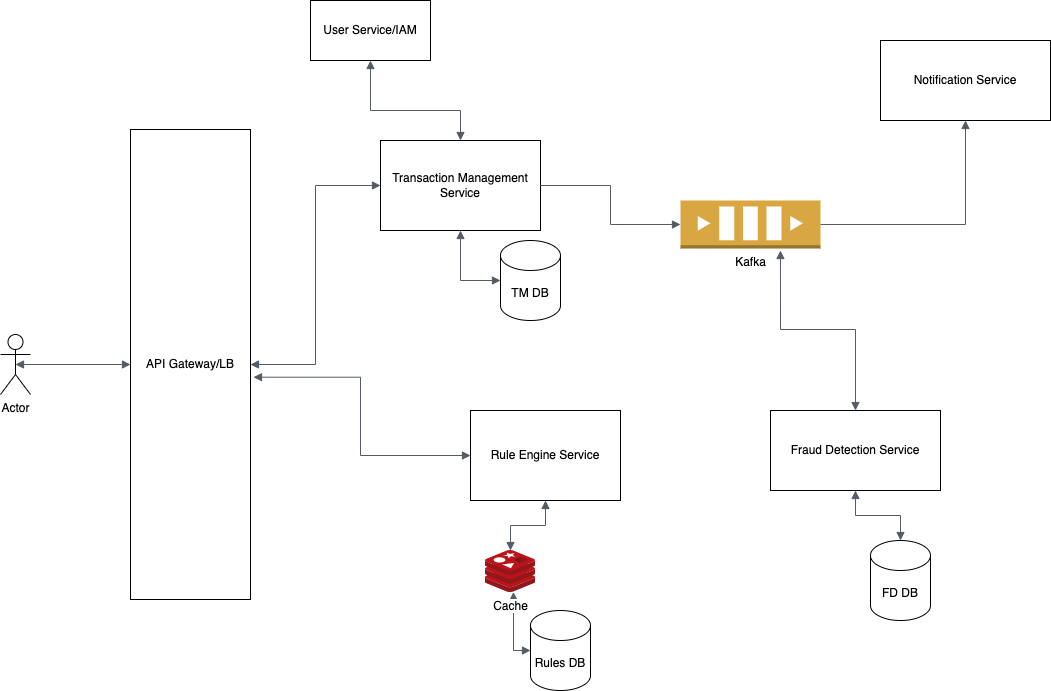
Before: fraud detection.drawio.png, a diagram exported from draw.io (maupreti/desgn-diagrams). Source tidied: cells renumbered, new cells last; positions are measured from the earlier drawing's top-left corner, leaving out a move shared by most shapes. Its diagram source:
```xml
<mxGraphModel>
  <root>
    <mxCell id="0" />
    <mxCell id="1" parent="0" />
    <mxCell id="2" value="User Service/IAM" style="rounded=0;whiteSpace=wrap;html=1;" parent="1" vertex="1">
      <mxGeometry x="310" width="120" height="60" as="geometry" />
    </mxCell>
    <mxCell id="3" value="API Gateway/LB" style="rounded=0;whiteSpace=wrap;html=1;" parent="1" vertex="1">
      <mxGeometry x="130" y="129" width="120" height="470" as="geometry" />
    </mxCell>
    <mxCell id="4" value="Actor" style="shape=umlActor;verticalLabelPosition=bottom;verticalAlign=top;html=1;outlineConnect=0;" parent="1" vertex="1">
      <mxGeometry y="334" width="30" height="60" as="geometry" />
    </mxCell>
    <mxCell id="5" style="edgeStyle=orthogonalEdgeStyle;html=1;endArrow=block;elbow=vertical;startArrow=block;startFill=1;endFill=1;strokeColor=#545B64;rounded=0;exitX=0.5;exitY=0.5;exitDx=0;exitDy=0;exitPerimeter=0;entryX=0;entryY=0.5;entryDx=0;entryDy=0;" parent="1" edge="1" source="4" target="3">
      <mxGeometry relative="1" as="geometry" />
    </mxCell>
    <mxCell id="6" value="Transaction Management Service" style="rounded=0;whiteSpace=wrap;html=1;" parent="1" vertex="1">
      <mxGeometry x="380" y="140" width="160" height="90" as="geometry" />
    </mxCell>
    <mxCell id="7" value="Notification Service" style="rounded=0;whiteSpace=wrap;html=1;" parent="1" vertex="1">
      <mxGeometry x="880" y="40" width="170" height="80" as="geometry" />
    </mxCell>
    <mxCell id="8" value="Rule Engine Service" style="rounded=0;whiteSpace=wrap;html=1;" parent="1" vertex="1">
      <mxGeometry x="470" y="410" width="150" height="90" as="geometry" />
    </mxCell>
    <mxCell id="9" value="TM DB" style="shape=cylinder3;whiteSpace=wrap;html=1;boundedLbl=1;backgroundOutline=1;size=15;" parent="1" vertex="1">
      <mxGeometry x="500" y="240" width="60" height="80" as="geometry" />
    </mxCell>
    <mxCell id="10" style="edgeStyle=orthogonalEdgeStyle;html=1;endArrow=block;elbow=vertical;startArrow=block;startFill=1;endFill=1;strokeColor=#545B64;rounded=0;entryX=0;entryY=0.5;entryDx=0;entryDy=0;entryPerimeter=0;exitX=0.5;exitY=1;exitDx=0;exitDy=0;" parent="1" edge="1" source="6" target="9">
      <mxGeometry relative="1" as="geometry" />
    </mxCell>
    <mxCell id="11" style="edgeStyle=orthogonalEdgeStyle;html=1;endArrow=block;elbow=vertical;startArrow=block;startFill=1;endFill=1;strokeColor=#545B64;rounded=0;exitX=0.5;exitY=1;exitDx=0;exitDy=0;" parent="1" edge="1" source="2" target="6">
      <mxGeometry relative="1" as="geometry">
        <Array as="points">
          <mxPoint x="370" y="110" />
          <mxPoint x="460" y="110" />
        </Array>
      </mxGeometry>
    </mxCell>
    <mxCell id="12" style="edgeStyle=orthogonalEdgeStyle;html=1;endArrow=block;elbow=vertical;startArrow=block;startFill=1;endFill=1;strokeColor=#545B64;rounded=0;exitX=1;exitY=0.5;exitDx=0;exitDy=0;entryX=0;entryY=0.5;entryDx=0;entryDy=0;" parent="1" edge="1" source="3" target="6">
      <mxGeometry relative="1" as="geometry" />
    </mxCell>
    <mxCell id="13" value="Rules DB" style="shape=cylinder3;whiteSpace=wrap;html=1;boundedLbl=1;backgroundOutline=1;size=15;" parent="1" vertex="1">
      <mxGeometry x="530" y="610" width="60" height="80" as="geometry" />
    </mxCell>
    <mxCell id="14" style="edgeStyle=orthogonalEdgeStyle;html=1;endArrow=block;elbow=vertical;startArrow=block;startFill=1;endFill=1;strokeColor=#545B64;rounded=0;entryX=0;entryY=0.5;entryDx=0;entryDy=0;entryPerimeter=0;exitX=0.56;exitY=0.988;exitDx=0;exitDy=0;exitPerimeter=0;" parent="1" edge="1" source="15" target="13">
      <mxGeometry relative="1" as="geometry" />
    </mxCell>
    <mxCell id="15" value="Cache" style="sketch=0;html=1;points=[];align=center;image;fontSize=12;image=img/lib/mscae/Cache_Redis_Product.svg;" parent="1" vertex="1">
      <mxGeometry x="485" y="550" width="50" height="42" as="geometry" />
    </mxCell>
    <mxCell id="16" style="edgeStyle=orthogonalEdgeStyle;html=1;endArrow=block;elbow=vertical;startArrow=block;startFill=1;endFill=1;strokeColor=#545B64;rounded=0;exitX=0.5;exitY=1;exitDx=0;exitDy=0;" parent="1" edge="1" source="8" target="15">
      <mxGeometry relative="1" as="geometry" />
    </mxCell>
    <mxCell id="17" style="edgeStyle=orthogonalEdgeStyle;html=1;endArrow=block;elbow=vertical;startArrow=block;startFill=1;endFill=1;strokeColor=#545B64;rounded=0;entryX=0;entryY=0.5;entryDx=0;entryDy=0;exitX=1.025;exitY=0.527;exitDx=0;exitDy=0;exitPerimeter=0;" parent="1" edge="1" source="3" target="8">
      <mxGeometry relative="1" as="geometry" />
    </mxCell>
    <mxCell id="18" value="Fraud Detection Service" style="rounded=0;whiteSpace=wrap;html=1;" parent="1" vertex="1">
      <mxGeometry x="770" y="410" width="170" height="80" as="geometry" />
    </mxCell>
    <mxCell id="19" value="Kafka" style="outlineConnect=0;dashed=0;verticalLabelPosition=bottom;verticalAlign=top;align=center;html=1;shape=mxgraph.aws3.queue;fillColor=#D9A741;gradientColor=none;" parent="1" vertex="1">
      <mxGeometry x="680" y="200" width="140" height="48" as="geometry" />
    </mxCell>
    <mxCell id="20" style="edgeStyle=orthogonalEdgeStyle;html=1;endArrow=block;elbow=vertical;startArrow=none;endFill=1;strokeColor=#545B64;rounded=0;exitX=1;exitY=0.5;exitDx=0;exitDy=0;entryX=0;entryY=0.5;entryDx=0;entryDy=0;entryPerimeter=0;" parent="1" edge="1" source="6" target="19">
      <mxGeometry relative="1" as="geometry" />
    </mxCell>
    <mxCell id="21" style="edgeStyle=orthogonalEdgeStyle;html=1;endArrow=block;elbow=vertical;startArrow=none;endFill=1;strokeColor=#545B64;rounded=0;exitX=1;exitY=0.5;exitDx=0;exitDy=0;exitPerimeter=0;entryX=0.5;entryY=1;entryDx=0;entryDy=0;" parent="1" edge="1" source="19" target="7">
      <mxGeometry relative="1" as="geometry" />
    </mxCell>
    <mxCell id="22" style="edgeStyle=orthogonalEdgeStyle;html=1;endArrow=block;elbow=vertical;startArrow=block;startFill=1;endFill=1;strokeColor=#545B64;rounded=0;entryX=0.714;entryY=1.042;entryDx=0;entryDy=0;entryPerimeter=0;exitX=0.5;exitY=0;exitDx=0;exitDy=0;" parent="1" edge="1" source="18" target="19">
      <mxGeometry relative="1" as="geometry" />
    </mxCell>
    <mxCell id="23" value="FD DB" style="shape=cylinder3;whiteSpace=wrap;html=1;boundedLbl=1;backgroundOutline=1;size=15;" parent="1" vertex="1">
      <mxGeometry x="870" y="540" width="60" height="80" as="geometry" />
    </mxCell>
    <mxCell id="24" style="edgeStyle=orthogonalEdgeStyle;html=1;endArrow=block;elbow=vertical;startArrow=block;startFill=1;endFill=1;strokeColor=#545B64;rounded=0;exitX=0.5;exitY=1;exitDx=0;exitDy=0;" parent="1" edge="1" source="18" target="23">
      <mxGeometry relative="1" as="geometry" />
    </mxCell>
  </root>
</mxGraphModel>
```
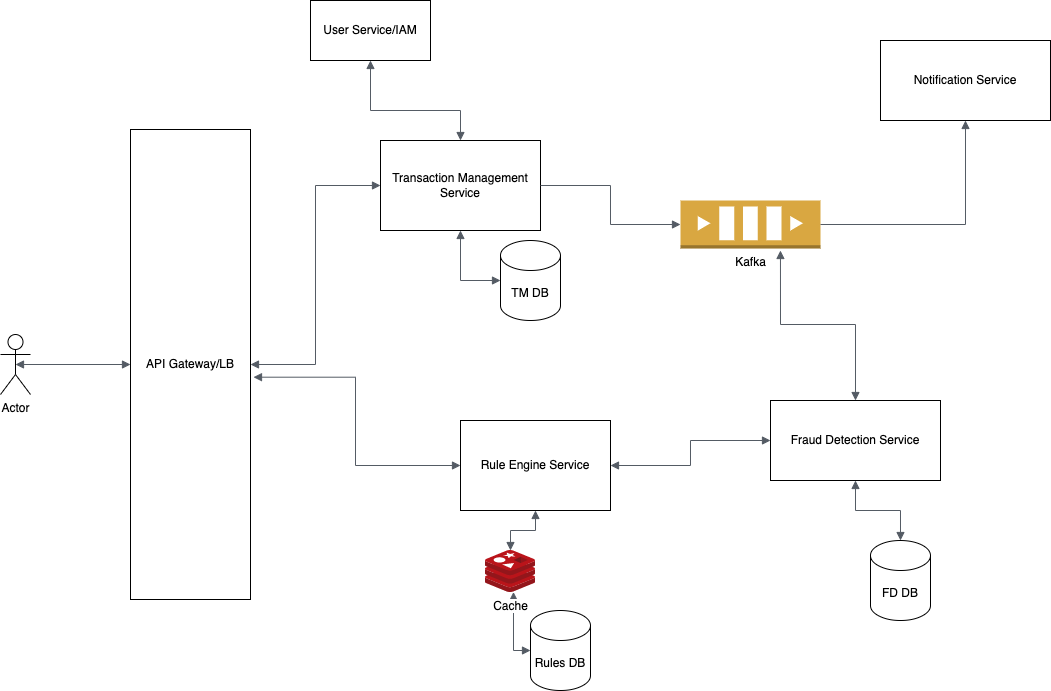
The same file after the commit.

Change to the diagram source:
```diff
@@ -21,7 +21,7 @@
       <mxGeometry x="880" y="40" width="170" height="80" as="geometry" />
     </mxCell>
     <mxCell id="8" value="Rule Engine Service" style="rounded=0;whiteSpace=wrap;html=1;" parent="1" vertex="1">
-      <mxGeometry x="470" y="410" width="150" height="90" as="geometry" />
+      <mxGeometry x="460" y="420" width="150" height="90" as="geometry" />
     </mxCell>
     <mxCell id="9" value="TM DB" style="shape=cylinder3;whiteSpace=wrap;html=1;boundedLbl=1;backgroundOutline=1;size=15;" parent="1" vertex="1">
       <mxGeometry x="500" y="240" width="60" height="80" as="geometry" />
@@ -56,7 +56,7 @@
       <mxGeometry relative="1" as="geometry" />
     </mxCell>
     <mxCell id="18" value="Fraud Detection Service" style="rounded=0;whiteSpace=wrap;html=1;" parent="1" vertex="1">
-      <mxGeometry x="770" y="410" width="170" height="80" as="geometry" />
+      <mxGeometry x="770" y="400" width="170" height="80" as="geometry" />
     </mxCell>
     <mxCell id="19" value="Kafka" style="outlineConnect=0;dashed=0;verticalLabelPosition=bottom;verticalAlign=top;align=center;html=1;shape=mxgraph.aws3.queue;fillColor=#D9A741;gradientColor=none;" parent="1" vertex="1">
       <mxGeometry x="680" y="200" width="140" height="48" as="geometry" />
@@ -76,5 +76,8 @@
     <mxCell id="24" style="edgeStyle=orthogonalEdgeStyle;html=1;endArrow=block;elbow=vertical;startArrow=block;startFill=1;endFill=1;strokeColor=#545B64;rounded=0;exitX=0.5;exitY=1;exitDx=0;exitDy=0;" parent="1" edge="1" source="18" target="23">
       <mxGeometry relative="1" as="geometry" />
     </mxCell>
+    <mxCell id="25" style="edgeStyle=orthogonalEdgeStyle;html=1;endArrow=block;elbow=vertical;startArrow=block;startFill=1;endFill=1;strokeColor=#545B64;rounded=0;entryX=0;entryY=0.5;entryDx=0;entryDy=0;" parent="1" edge="1" source="8" target="18">
+      <mxGeometry relative="1" as="geometry" />
+    </mxCell>
   </root>
 </mxGraphModel>
```
